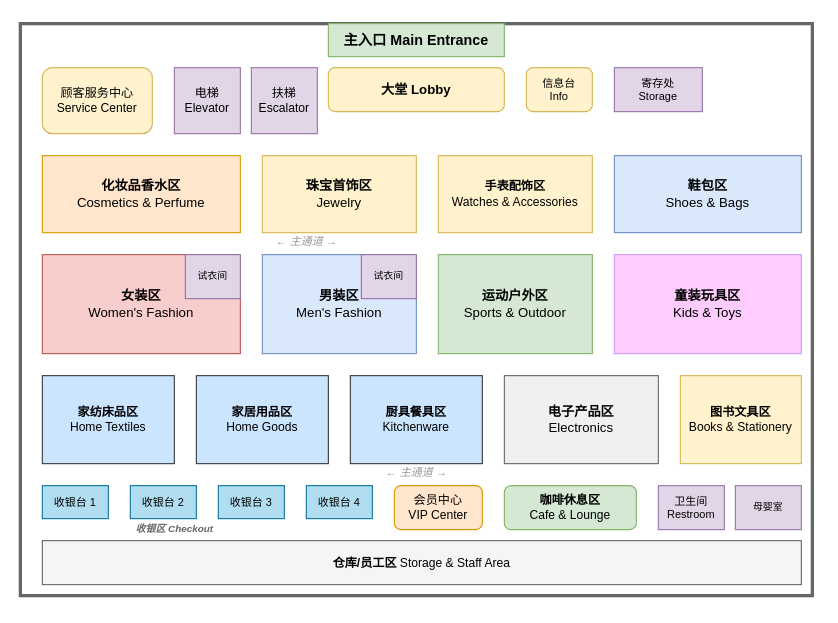
This is examples/department_store_layout.drawio from hugohe3/drawio-master, a draw.io file, before an edit. Source tidied: cells renumbered, new cells numbered last; positions are measured from the earlier drawing's top-left corner, leaving out a move shared by most shapes. Both pictures are drawn from the tidied source at 110%, with x=0, y=0 at pixel (20, 23).
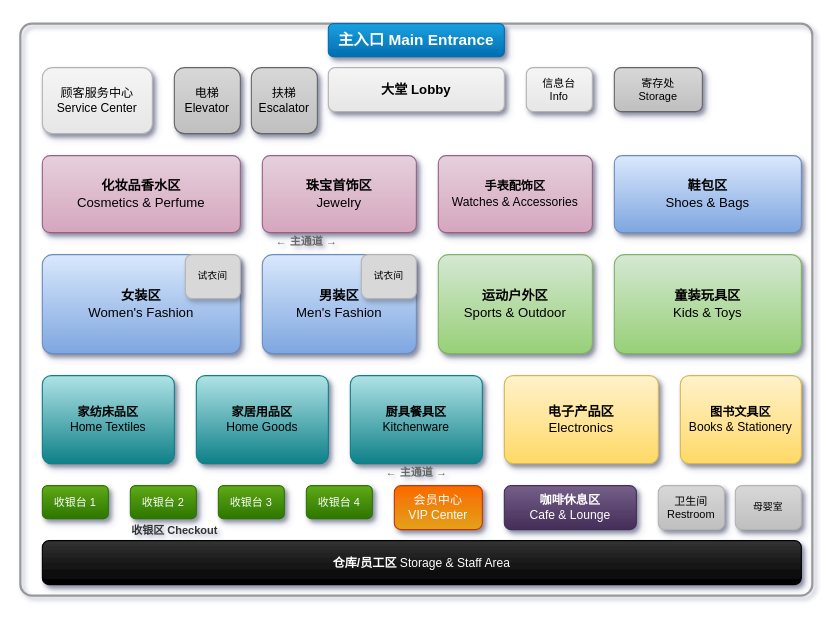
After the change.

Commit message (it also covers changes not shown here):
feat: Add new AWS architecture, department store, and supermarket layout diagrams.

Change to the diagram source:
```diff
@@
-<mxGraphModel background="#ffffff">
+<mxGraphModel background="#ffffff" shadow="1">
@@
-    <mxCell id="2" style="rounded=0;whiteSpace=wrap;html=1;fillColor=none;strokeColor=#666666;strokeWidth=3;" parent="1" vertex="1">
+    <mxCell id="2" style="rounded=1;whiteSpace=wrap;html=1;fillColor=none;strokeColor=#999999;strokeWidth=2;arcSize=2;" parent="1" vertex="1">
       <mxGeometry width="720" height="520" as="geometry" />
     </mxCell>
-    <mxCell id="3" value="&lt;b&gt;主入口 Main Entrance&lt;/b&gt;" style="rounded=0;whiteSpace=wrap;html=1;fillColor=#d5e8d4;strokeColor=#82b366;fontSize=13;fontStyle=1;" parent="1" vertex="1">
+    <mxCell id="3" value="&lt;b&gt;主入口 Main Entrance&lt;/b&gt;" style="rounded=1;whiteSpace=wrap;html=1;fillColor=#1ba1e2;strokeColor=#006eaf;fontSize=14;fontColor=#ffffff;fontStyle=1;fontFamily=Helvetica;shadow=1;gradientColor=#006eaf;" parent="1" vertex="1">
       <mxGeometry x="280" width="160" height="30" as="geometry" />
     </mxCell>
-    <mxCell id="4" value="&lt;b&gt;大堂 Lobby&lt;/b&gt;" style="rounded=1;whiteSpace=wrap;html=1;fillColor=#fff2cc;strokeColor=#d6b656;fontSize=12;" parent="1" vertex="1">
+    <mxCell id="4" value="&lt;b&gt;大堂 Lobby&lt;/b&gt;" style="rounded=1;whiteSpace=wrap;html=1;fillColor=#f5f5f5;strokeColor=#b3b3b3;fontSize=12;fontFamily=Helvetica;shadow=1;gradientColor=#e6e6e6;" parent="1" vertex="1">
       <mxGeometry x="280" y="40" width="160" height="40" as="geometry" />
     </mxCell>
-    <mxCell id="5" value="顾客服务中心&lt;br&gt;Service Center" style="rounded=1;whiteSpace=wrap;html=1;fillColor=#fff2cc;strokeColor=#d6b656;fontSize=11;" parent="1" vertex="1">
+    <mxCell id="5" value="顾客服务中心&lt;br&gt;Service Center" style="rounded=1;whiteSpace=wrap;html=1;fillColor=#f5f5f5;strokeColor=#b3b3b3;fontSize=11;fontFamily=Helvetica;shadow=1;gradientColor=#e6e6e6;" parent="1" vertex="1">
       <mxGeometry x="20" y="40" width="100" height="60" as="geometry" />
     </mxCell>
-    <mxCell id="6" value="电梯&lt;br&gt;Elevator" style="rounded=0;whiteSpace=wrap;html=1;fillColor=#e1d5e7;strokeColor=#9673a6;fontSize=11;" parent="1" vertex="1">
+    <mxCell id="6" value="电梯&lt;br&gt;Elevator" style="rounded=1;whiteSpace=wrap;html=1;fillColor=#d8d8d8;strokeColor=#666666;fontSize=11;fontFamily=Helvetica;shadow=1;gradientColor=#bfbfbf;" parent="1" vertex="1">
       <mxGeometry x="140" y="40" width="60" height="60" as="geometry" />
     </mxCell>
-    <mxCell id="7" value="扶梯&lt;br&gt;Escalator" style="rounded=0;whiteSpace=wrap;html=1;fillColor=#e1d5e7;strokeColor=#9673a6;fontSize=11;" parent="1" vertex="1">
+    <mxCell id="7" value="扶梯&lt;br&gt;Escalator" style="rounded=1;whiteSpace=wrap;html=1;fillColor=#d8d8d8;strokeColor=#666666;fontSize=11;fontFamily=Helvetica;shadow=1;gradientColor=#bfbfbf;" parent="1" vertex="1">
       <mxGeometry x="210" y="40" width="60" height="60" as="geometry" />
     </mxCell>
-    <mxCell id="8" value="信息台&lt;br&gt;Info" style="rounded=1;whiteSpace=wrap;html=1;fillColor=#fff2cc;strokeColor=#d6b656;fontSize=10;" parent="1" vertex="1">
+    <mxCell id="8" value="信息台&lt;br&gt;Info" style="rounded=1;whiteSpace=wrap;html=1;fillColor=#f5f5f5;strokeColor=#b3b3b3;fontSize=10;fontFamily=Helvetica;shadow=1;gradientColor=#e6e6e6;" parent="1" vertex="1">
       <mxGeometry x="460" y="40" width="60" height="40" as="geometry" />
     </mxCell>
-    <mxCell id="9" value="寄存处&lt;br&gt;Storage" style="rounded=0;whiteSpace=wrap;html=1;fillColor=#e1d5e7;strokeColor=#9673a6;fontSize=10;" parent="1" vertex="1">
+    <mxCell id="9" value="寄存处&lt;br&gt;Storage" style="rounded=1;whiteSpace=wrap;html=1;fillColor=#d8d8d8;strokeColor=#666666;fontSize=10;fontFamily=Helvetica;shadow=1;gradientColor=#bfbfbf;" parent="1" vertex="1">
       <mxGeometry x="540" y="40" width="80" height="40" as="geometry" />
     </mxCell>
-    <mxCell id="10" value="&lt;b&gt;化妆品香水区&lt;/b&gt;&lt;br&gt;Cosmetics &amp; Perfume" style="rounded=0;whiteSpace=wrap;html=1;fillColor=#ffe6cc;strokeColor=#d79b00;fontSize=12;align=center;verticalAlign=middle;" parent="1" vertex="1">
+    <mxCell id="10" value="&lt;b&gt;化妆品香水区&lt;/b&gt;&lt;br&gt;Cosmetics &amp; Perfume" style="rounded=1;whiteSpace=wrap;html=1;fillColor=#e6d0de;strokeColor=#996185;fontSize=12;align=center;verticalAlign=middle;arcSize=10;fontFamily=Helvetica;shadow=1;gradientColor=#d5a6bd;" parent="1" vertex="1">
       <mxGeometry x="20" y="120" width="180" height="70" as="geometry" />
     </mxCell>
-    <mxCell id="11" value="&lt;b&gt;珠宝首饰区&lt;/b&gt;&lt;br&gt;Jewelry" style="rounded=0;whiteSpace=wrap;html=1;fillColor=#fff2cc;strokeColor=#d6b656;fontSize=12;align=center;verticalAlign=middle;" parent="1" vertex="1">
+    <mxCell id="11" value="&lt;b&gt;珠宝首饰区&lt;/b&gt;&lt;br&gt;Jewelry" style="rounded=1;whiteSpace=wrap;html=1;fillColor=#e6d0de;strokeColor=#996185;fontSize=12;align=center;verticalAlign=middle;arcSize=10;fontFamily=Helvetica;shadow=1;gradientColor=#d5a6bd;" parent="1" vertex="1">
       <mxGeometry x="220" y="120" width="140" height="70" as="geometry" />
     </mxCell>
-    <mxCell id="12" value="&lt;b&gt;手表配饰区&lt;/b&gt;&lt;br&gt;Watches &amp; Accessories" style="rounded=0;whiteSpace=wrap;html=1;fillColor=#fff2cc;strokeColor=#d6b656;fontSize=11;align=center;verticalAlign=middle;" parent="1" vertex="1">
+    <mxCell id="12" value="&lt;b&gt;手表配饰区&lt;/b&gt;&lt;br&gt;Watches &amp; Accessories" style="rounded=1;whiteSpace=wrap;html=1;fillColor=#e6d0de;strokeColor=#996185;fontSize=11;align=center;verticalAlign=middle;arcSize=10;fontFamily=Helvetica;shadow=1;gradientColor=#d5a6bd;" parent="1" vertex="1">
       <mxGeometry x="380" y="120" width="140" height="70" as="geometry" />
     </mxCell>
-    <mxCell id="13" value="&lt;b&gt;鞋包区&lt;/b&gt;&lt;br&gt;Shoes &amp; Bags" style="rounded=0;whiteSpace=wrap;html=1;fillColor=#dae8fc;strokeColor=#6c8ebf;fontSize=12;align=center;verticalAlign=middle;" parent="1" vertex="1">
+    <mxCell id="13" value="&lt;b&gt;鞋包区&lt;/b&gt;&lt;br&gt;Shoes &amp; Bags" style="rounded=1;whiteSpace=wrap;html=1;fillColor=#dae8fc;strokeColor=#6c8ebf;fontSize=12;align=center;verticalAlign=middle;arcSize=10;fontFamily=Helvetica;shadow=1;gradientColor=#7ea6e0;" parent="1" vertex="1">
       <mxGeometry x="540" y="120" width="170" height="70" as="geometry" />
     </mxCell>
-    <mxCell id="14" value="&lt;b&gt;女装区&lt;/b&gt;&lt;br&gt;Women's Fashion" style="rounded=0;whiteSpace=wrap;html=1;fillColor=#f8cecc;strokeColor=#b85450;fontSize=12;align=center;verticalAlign=middle;" parent="1" vertex="1">
+    <mxCell id="14" value="&lt;b&gt;女装区&lt;/b&gt;&lt;br&gt;Women's Fashion" style="rounded=1;whiteSpace=wrap;html=1;fillColor=#dae8fc;strokeColor=#6c8ebf;fontSize=12;align=center;verticalAlign=middle;arcSize=10;fontFamily=Helvetica;shadow=1;gradientColor=#7ea6e0;" parent="1" vertex="1">
       <mxGeometry x="20" y="210" width="180" height="90" as="geometry" />
     </mxCell>
-    <mxCell id="15" value="试衣间" style="rounded=0;whiteSpace=wrap;html=1;fillColor=#e1d5e7;strokeColor=#9673a6;fontSize=9;" parent="1" vertex="1">
+    <mxCell id="15" value="试衣间" style="rounded=1;whiteSpace=wrap;html=1;fillColor=#d8d8d8;strokeColor=#b3b3b3;fontSize=9;fontFamily=Helvetica;shadow=1;" parent="1" vertex="1">
       <mxGeometry x="150" y="210" width="50" height="40" as="geometry" />
     </mxCell>
-    <mxCell id="16" value="&lt;b&gt;男装区&lt;/b&gt;&lt;br&gt;Men's Fashion" style="rounded=0;whiteSpace=wrap;html=1;fillColor=#dae8fc;strokeColor=#6c8ebf;fontSize=12;align=center;verticalAlign=middle;" parent="1" vertex="1">
+    <mxCell id="16" value="&lt;b&gt;男装区&lt;/b&gt;&lt;br&gt;Men's Fashion" style="rounded=1;whiteSpace=wrap;html=1;fillColor=#dae8fc;strokeColor=#6c8ebf;fontSize=12;align=center;verticalAlign=middle;arcSize=10;fontFamily=Helvetica;shadow=1;gradientColor=#7ea6e0;" parent="1" vertex="1">
       <mxGeometry x="220" y="210" width="140" height="90" as="geometry" />
     </mxCell>
-    <mxCell id="17" value="试衣间" style="rounded=0;whiteSpace=wrap;html=1;fillColor=#e1d5e7;strokeColor=#9673a6;fontSize=9;" parent="1" vertex="1">
+    <mxCell id="17" value="试衣间" style="rounded=1;whiteSpace=wrap;html=1;fillColor=#d8d8d8;strokeColor=#b3b3b3;fontSize=9;fontFamily=Helvetica;shadow=1;" parent="1" vertex="1">
       <mxGeometry x="310" y="210" width="50" height="40" as="geometry" />
     </mxCell>
-    <mxCell id="18" value="&lt;b&gt;运动户外区&lt;/b&gt;&lt;br&gt;Sports &amp; Outdoor" style="rounded=0;whiteSpace=wrap;html=1;fillColor=#d5e8d4;strokeColor=#82b366;fontSize=12;align=center;verticalAlign=middle;" parent="1" vertex="1">
+    <mxCell id="18" value="&lt;b&gt;运动户外区&lt;/b&gt;&lt;br&gt;Sports &amp; Outdoor" style="rounded=1;whiteSpace=wrap;html=1;fillColor=#d5e8d4;strokeColor=#82b366;fontSize=12;align=center;verticalAlign=middle;arcSize=10;fontFamily=Helvetica;shadow=1;gradientColor=#97d077;" parent="1" vertex="1">
       <mxGeometry x="380" y="210" width="140" height="90" as="geometry" />
     </mxCell>
-    <mxCell id="19" value="&lt;b&gt;童装玩具区&lt;/b&gt;&lt;br&gt;Kids &amp; Toys" style="rounded=0;whiteSpace=wrap;html=1;fillColor=#ffccff;strokeColor=#cc99ff;fontSize=12;align=center;verticalAlign=middle;" parent="1" vertex="1">
+    <mxCell id="19" value="&lt;b&gt;童装玩具区&lt;/b&gt;&lt;br&gt;Kids &amp; Toys" style="rounded=1;whiteSpace=wrap;html=1;fillColor=#d5e8d4;strokeColor=#82b366;fontSize=12;align=center;verticalAlign=middle;arcSize=10;fontFamily=Helvetica;shadow=1;gradientColor=#97d077;" parent="1" vertex="1">
       <mxGeometry x="540" y="210" width="170" height="90" as="geometry" />
     </mxCell>
-    <mxCell id="20" value="&lt;b&gt;家纺床品区&lt;/b&gt;&lt;br&gt;Home Textiles" style="rounded=0;whiteSpace=wrap;html=1;fillColor=#cce5ff;strokeColor=#36393d;fontSize=11;align=center;verticalAlign=middle;" parent="1" vertex="1">
+    <mxCell id="20" value="&lt;b&gt;家纺床品区&lt;/b&gt;&lt;br&gt;Home Textiles" style="rounded=1;whiteSpace=wrap;html=1;fillColor=#b0e3e6;strokeColor=#0e8088;fontSize=11;align=center;verticalAlign=middle;arcSize=10;fontFamily=Helvetica;shadow=1;gradientColor=#0e8088;" parent="1" vertex="1">
       <mxGeometry x="20" y="320" width="120" height="80" as="geometry" />
     </mxCell>
-    <mxCell id="21" value="&lt;b&gt;家居用品区&lt;/b&gt;&lt;br&gt;Home Goods" style="rounded=0;whiteSpace=wrap;html=1;fillColor=#cce5ff;strokeColor=#36393d;fontSize=11;align=center;verticalAlign=middle;" parent="1" vertex="1">
+    <mxCell id="21" value="&lt;b&gt;家居用品区&lt;/b&gt;&lt;br&gt;Home Goods" style="rounded=1;whiteSpace=wrap;html=1;fillColor=#b0e3e6;strokeColor=#0e8088;fontSize=11;align=center;verticalAlign=middle;arcSize=10;fontFamily=Helvetica;shadow=1;gradientColor=#0e8088;" parent="1" vertex="1">
       <mxGeometry x="160" y="320" width="120" height="80" as="geometry" />
     </mxCell>
-    <mxCell id="22" value="&lt;b&gt;厨具餐具区&lt;/b&gt;&lt;br&gt;Kitchenware" style="rounded=0;whiteSpace=wrap;html=1;fillColor=#cce5ff;strokeColor=#36393d;fontSize=11;align=center;verticalAlign=middle;" parent="1" vertex="1">
+    <mxCell id="22" value="&lt;b&gt;厨具餐具区&lt;/b&gt;&lt;br&gt;Kitchenware" style="rounded=1;whiteSpace=wrap;html=1;fillColor=#b0e3e6;strokeColor=#0e8088;fontSize=11;align=center;verticalAlign=middle;arcSize=10;fontFamily=Helvetica;shadow=1;gradientColor=#0e8088;" parent="1" vertex="1">
       <mxGeometry x="300" y="320" width="120" height="80" as="geometry" />
     </mxCell>
-    <mxCell id="23" value="&lt;b&gt;电子产品区&lt;/b&gt;&lt;br&gt;Electronics" style="rounded=0;whiteSpace=wrap;html=1;fillColor=#f0f0f0;strokeColor=#666666;fontSize=12;align=center;verticalAlign=middle;" parent="1" vertex="1">
+    <mxCell id="23" value="&lt;b&gt;电子产品区&lt;/b&gt;&lt;br&gt;Electronics" style="rounded=1;whiteSpace=wrap;html=1;fillColor=#fff2cc;strokeColor=#d6b656;fontSize=12;align=center;verticalAlign=middle;arcSize=10;fontFamily=Helvetica;shadow=1;gradientColor=#ffd966;" parent="1" vertex="1">
       <mxGeometry x="440" y="320" width="140" height="80" as="geometry" />
     </mxCell>
-    <mxCell id="24" value="&lt;b&gt;图书文具区&lt;/b&gt;&lt;br&gt;Books &amp; Stationery" style="rounded=0;whiteSpace=wrap;html=1;fillColor=#fff2cc;strokeColor=#d6b656;fontSize=11;align=center;verticalAlign=middle;" parent="1" vertex="1">
+    <mxCell id="24" value="&lt;b&gt;图书文具区&lt;/b&gt;&lt;br&gt;Books &amp; Stationery" style="rounded=1;whiteSpace=wrap;html=1;fillColor=#fff2cc;strokeColor=#d6b656;fontSize=11;align=center;verticalAlign=middle;arcSize=10;fontFamily=Helvetica;shadow=1;gradientColor=#ffd966;" parent="1" vertex="1">
       <mxGeometry x="600" y="320" width="110" height="80" as="geometry" />
     </mxCell>
-    <mxCell id="25" value="收银台 1" style="rounded=0;whiteSpace=wrap;html=1;fillColor=#b1ddf0;strokeColor=#10739e;fontSize=10;" parent="1" vertex="1">
+    <mxCell id="25" value="收银台 1" style="rounded=1;whiteSpace=wrap;html=1;fillColor=#60a917;strokeColor=#2D7600;fontColor=#ffffff;fontSize=10;fontFamily=Helvetica;shadow=1;gradientColor=#2D7600;" parent="1" vertex="1">
       <mxGeometry x="20" y="420" width="60" height="30" as="geometry" />
     </mxCell>
-    <mxCell id="26" value="收银台 2" style="rounded=0;whiteSpace=wrap;html=1;fillColor=#b1ddf0;strokeColor=#10739e;fontSize=10;" parent="1" vertex="1">
+    <mxCell id="26" value="收银台 2" style="rounded=1;whiteSpace=wrap;html=1;fillColor=#60a917;strokeColor=#2D7600;fontColor=#ffffff;fontSize=10;fontFamily=Helvetica;shadow=1;gradientColor=#2D7600;" parent="1" vertex="1">
       <mxGeometry x="100" y="420" width="60" height="30" as="geometry" />
     </mxCell>
-    <mxCell id="27" value="收银台 3" style="rounded=0;whiteSpace=wrap;html=1;fillColor=#b1ddf0;strokeColor=#10739e;fontSize=10;" parent="1" vertex="1">
+    <mxCell id="27" value="收银台 3" style="rounded=1;whiteSpace=wrap;html=1;fillColor=#60a917;strokeColor=#2D7600;fontColor=#ffffff;fontSize=10;fontFamily=Helvetica;shadow=1;gradientColor=#2D7600;" parent="1" vertex="1">
       <mxGeometry x="180" y="420" width="60" height="30" as="geometry" />
     </mxCell>
-    <mxCell id="28" value="收银台 4" style="rounded=0;whiteSpace=wrap;html=1;fillColor=#b1ddf0;strokeColor=#10739e;fontSize=10;" parent="1" vertex="1">
+    <mxCell id="28" value="收银台 4" style="rounded=1;whiteSpace=wrap;html=1;fillColor=#60a917;strokeColor=#2D7600;fontColor=#ffffff;fontSize=10;fontFamily=Helvetica;shadow=1;gradientColor=#2D7600;" parent="1" vertex="1">
       <mxGeometry x="260" y="420" width="60" height="30" as="geometry" />
     </mxCell>
-    <mxCell id="29" value="会员中心&lt;br&gt;VIP Center" style="rounded=1;whiteSpace=wrap;html=1;fillColor=#ffe6cc;strokeColor=#d79b00;fontSize=11;" parent="1" vertex="1">
+    <mxCell id="29" value="会员中心&lt;br&gt;VIP Center" style="rounded=1;whiteSpace=wrap;html=1;fillColor=#fa6800;strokeColor=#C73500;fontColor=#ffffff;fontSize=11;fontFamily=Helvetica;shadow=1;gradientColor=#e3a21a;" parent="1" vertex="1">
       <mxGeometry x="340" y="420" width="80" height="40" as="geometry" />
     </mxCell>
-    <mxCell id="30" value="&lt;b&gt;咖啡休息区&lt;/b&gt;&lt;br&gt;Cafe &amp; Lounge" style="rounded=1;whiteSpace=wrap;html=1;fillColor=#d5e8d4;strokeColor=#82b366;fontSize=11;align=center;verticalAlign=middle;" parent="1" vertex="1">
+    <mxCell id="30" value="&lt;b&gt;咖啡休息区&lt;/b&gt;&lt;br&gt;Cafe &amp; Lounge" style="rounded=1;whiteSpace=wrap;html=1;fillColor=#76608a;strokeColor=#432D57;fontColor=#ffffff;fontSize=11;align=center;verticalAlign=middle;fontFamily=Helvetica;shadow=1;gradientColor=#432D57;" parent="1" vertex="1">
       <mxGeometry x="440" y="420" width="120" height="40" as="geometry" />
     </mxCell>
-    <mxCell id="31" value="卫生间&lt;br&gt;Restroom" style="rounded=0;whiteSpace=wrap;html=1;fillColor=#e1d5e7;strokeColor=#9673a6;fontSize=10;align=center;verticalAlign=middle;" parent="1" vertex="1">
+    <mxCell id="31" value="卫生间&lt;br&gt;Restroom" style="rounded=1;whiteSpace=wrap;html=1;fillColor=#d8d8d8;strokeColor=#b3b3b3;fontSize=10;align=center;verticalAlign=middle;fontFamily=Helvetica;shadow=1;gradientColor=#bfbfbf;" parent="1" vertex="1">
       <mxGeometry x="580" y="420" width="60" height="40" as="geometry" />
     </mxCell>
-    <mxCell id="32" value="母婴室" style="rounded=0;whiteSpace=wrap;html=1;fillColor=#e1d5e7;strokeColor=#9673a6;fontSize=9;" parent="1" vertex="1">
+    <mxCell id="32" value="母婴室" style="rounded=1;whiteSpace=wrap;html=1;fillColor=#d8d8d8;strokeColor=#b3b3b3;fontSize=9;fontFamily=Helvetica;shadow=1;gradientColor=#bfbfbf;" parent="1" vertex="1">
       <mxGeometry x="650" y="420" width="60" height="40" as="geometry" />
     </mxCell>
-    <mxCell id="33" value="&lt;b&gt;仓库/员工区&lt;/b&gt; Storage &amp; Staff Area" style="rounded=0;whiteSpace=wrap;html=1;fillColor=#f5f5f5;strokeColor=#666666;fontSize=11;align=center;verticalAlign=middle;" parent="1" vertex="1">
+    <mxCell id="33" value="&lt;b&gt;仓库/员工区&lt;/b&gt; Storage &amp; Staff Area" style="rounded=1;whiteSpace=wrap;html=1;fillColor=#333333;strokeColor=#000000;fontColor=#ffffff;fontSize=11;align=center;verticalAlign=middle;fontFamily=Helvetica;shadow=1;gradientColor=#000000;" parent="1" vertex="1">
       <mxGeometry x="20" y="470" width="690" height="40" as="geometry" />
     </mxCell>
-    <mxCell id="34" value="← 主通道 →" style="text;html=1;strokeColor=none;fillColor=none;align=center;verticalAlign=middle;fontSize=10;fontColor=#999999;fontStyle=2;" parent="1" vertex="1">
+    <mxCell id="34" value="← 主通道 →" style="text;html=1;strokeColor=none;fillColor=none;align=center;verticalAlign=middle;fontSize=10;fontColor=#666666;fontStyle=1;fontFamily=Helvetica;" parent="1" vertex="1">
       <mxGeometry x="210" y="190" width="100" height="15" as="geometry" />
     </mxCell>
-    <mxCell id="35" value="← 主通道 →" style="text;html=1;strokeColor=none;fillColor=none;align=center;verticalAlign=middle;fontSize=10;fontColor=#999999;fontStyle=2;" parent="1" vertex="1">
+    <mxCell id="35" value="← 主通道 →" style="text;html=1;strokeColor=none;fillColor=none;align=center;verticalAlign=middle;fontSize=10;fontColor=#666666;fontStyle=1;fontFamily=Helvetica;" parent="1" vertex="1">
       <mxGeometry x="310" y="400" width="100" height="15" as="geometry" />
     </mxCell>
-    <mxCell id="36" value="收银区 Checkout" style="text;html=1;strokeColor=none;fillColor=none;align=center;verticalAlign=middle;fontSize=9;fontColor=#666666;fontStyle=3;" parent="1" vertex="1">
+    <mxCell id="36" value="收银区 Checkout" style="text;html=1;strokeColor=none;fillColor=none;align=center;verticalAlign=middle;fontSize=10;fontColor=#333333;fontStyle=1;fontFamily=Helvetica;" parent="1" vertex="1">
       <mxGeometry x="90" y="455" width="100" height="10" as="geometry" />
     </mxCell>
```
